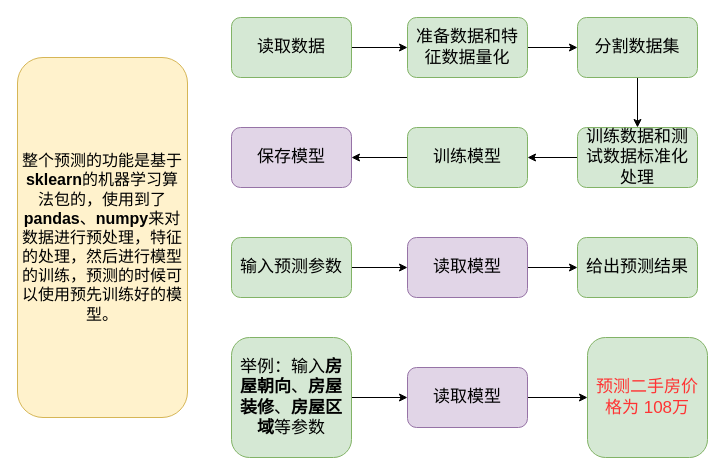
This is 二手房价格预测-机器学习.drawio from redcomet88/DRAW, a draw.io file, before an edit. Source tidied: cells renumbered, new cells numbered last; positions are measured from the earlier drawing's top-left corner, leaving out a move shared by most shapes. Both pictures are drawn from the tidied source at 100%, with x=0, y=0 at pixel (17, 17).
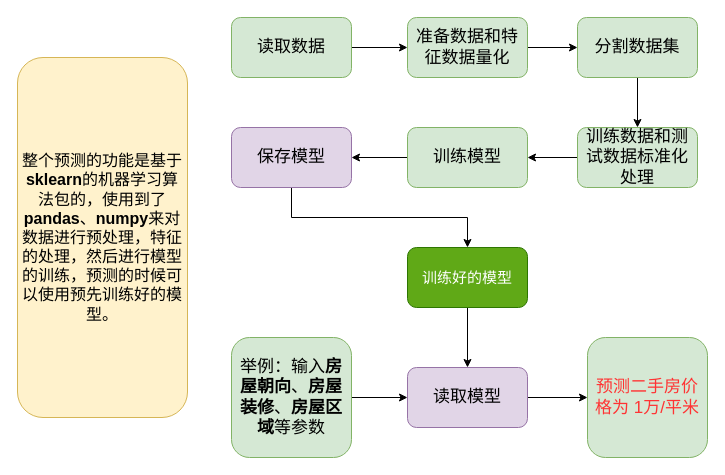
The same page after the edit.

Commit message:
Update 二手房价格预测-机器学习.drawio

Unchanged cells that the change refers to:
```xml
<mxCell id="13" value="保存模型" style="rounded=1;whiteSpace=wrap;html=1;fillColor=#e1d5e7;strokeColor=#9673a6;fontSize=17;" parent="1" vertex="1">
  <mxGeometry x="214" y="110" width="120" height="60" as="geometry" />
</mxCell>
<mxCell id="22" value="读取模型" style="rounded=1;whiteSpace=wrap;html=1;fillColor=#e1d5e7;strokeColor=#9673a6;fontSize=17;" parent="1" vertex="1">
  <mxGeometry x="390" y="350" width="120" height="60" as="geometry" />
</mxCell>
```

What changed in the source:
```diff
@@
+    <mxCell id="24" style="edgeStyle=orthogonalEdgeStyle;rounded=0;jettySize=auto;html=1;exitX=0.5;exitY=1;exitDx=0;exitDy=0;entryX=0.5;entryY=0;entryDx=0;entryDy=0;" parent="1" edge="1" source="13" target="26">
+      <mxGeometry relative="1" as="geometry" />
+    </mxCell>
@@
-    <mxCell id="14" style="edgeStyle=orthogonalEdgeStyle;rounded=0;jettySize=auto;html=1;exitX=1;exitY=0.5;exitDx=0;exitDy=0;entryX=0;entryY=0.5;entryDx=0;entryDy=0;fontSize=17;" parent="1" edge="1" source="15" target="17">
-      <mxGeometry relative="1" as="geometry" />
-    </mxCell>
-    <mxCell id="15" value="输入预测参数" style="rounded=1;whiteSpace=wrap;html=1;fillColor=#d5e8d4;strokeColor=#82b366;fontSize=17;" parent="1" vertex="1">
-      <mxGeometry x="214" y="220" width="120" height="60" as="geometry" />
-    </mxCell>
-    <mxCell id="16" style="edgeStyle=orthogonalEdgeStyle;rounded=0;jettySize=auto;html=1;exitX=1;exitY=0.5;exitDx=0;exitDy=0;entryX=0;entryY=0.5;entryDx=0;entryDy=0;fontSize=17;" parent="1" edge="1" source="17" target="18">
-      <mxGeometry relative="1" as="geometry" />
-    </mxCell>
-    <mxCell id="17" value="读取模型" style="rounded=1;whiteSpace=wrap;html=1;fillColor=#e1d5e7;strokeColor=#9673a6;fontSize=17;" parent="1" vertex="1">
-      <mxGeometry x="390" y="220" width="120" height="60" as="geometry" />
-    </mxCell>
-    <mxCell id="18" value="给出预测结果" style="rounded=1;whiteSpace=wrap;html=1;fillColor=#d5e8d4;strokeColor=#82b366;fontSize=17;" parent="1" vertex="1">
-      <mxGeometry x="560" y="220" width="120" height="60" as="geometry" />
-    </mxCell>
@@
-    <mxCell id="23" value="&lt;font color=&quot;#ff3333&quot;&gt;预测二手房价格为 108万&lt;/font&gt;" style="rounded=1;whiteSpace=wrap;html=1;fillColor=#d5e8d4;strokeColor=#82b366;fontSize=17;" parent="1" vertex="1">
+    <mxCell id="23" value="&lt;font color=&quot;#ff3333&quot;&gt;预测二手房价格为 1万/平米&lt;/font&gt;" style="rounded=1;whiteSpace=wrap;html=1;fillColor=#d5e8d4;strokeColor=#82b366;fontSize=17;" parent="1" vertex="1">
       <mxGeometry x="570" y="320" width="120" height="120" as="geometry" />
     </mxCell>
+    <mxCell id="25" style="edgeStyle=orthogonalEdgeStyle;rounded=0;jettySize=auto;html=1;exitX=0.5;exitY=1;exitDx=0;exitDy=0;entryX=0.5;entryY=0;entryDx=0;entryDy=0;" parent="1" edge="1" source="26" target="22">
+      <mxGeometry relative="1" as="geometry" />
+    </mxCell>
+    <mxCell id="26" value="训练好的模型" style="rounded=1;whiteSpace=wrap;html=1;fillColor=#60a917;fontColor=#ffffff;strokeColor=#2D7600;fontSize=15;" parent="1" vertex="1">
+      <mxGeometry x="390" y="230" width="120" height="60" as="geometry" />
+    </mxCell>
```
